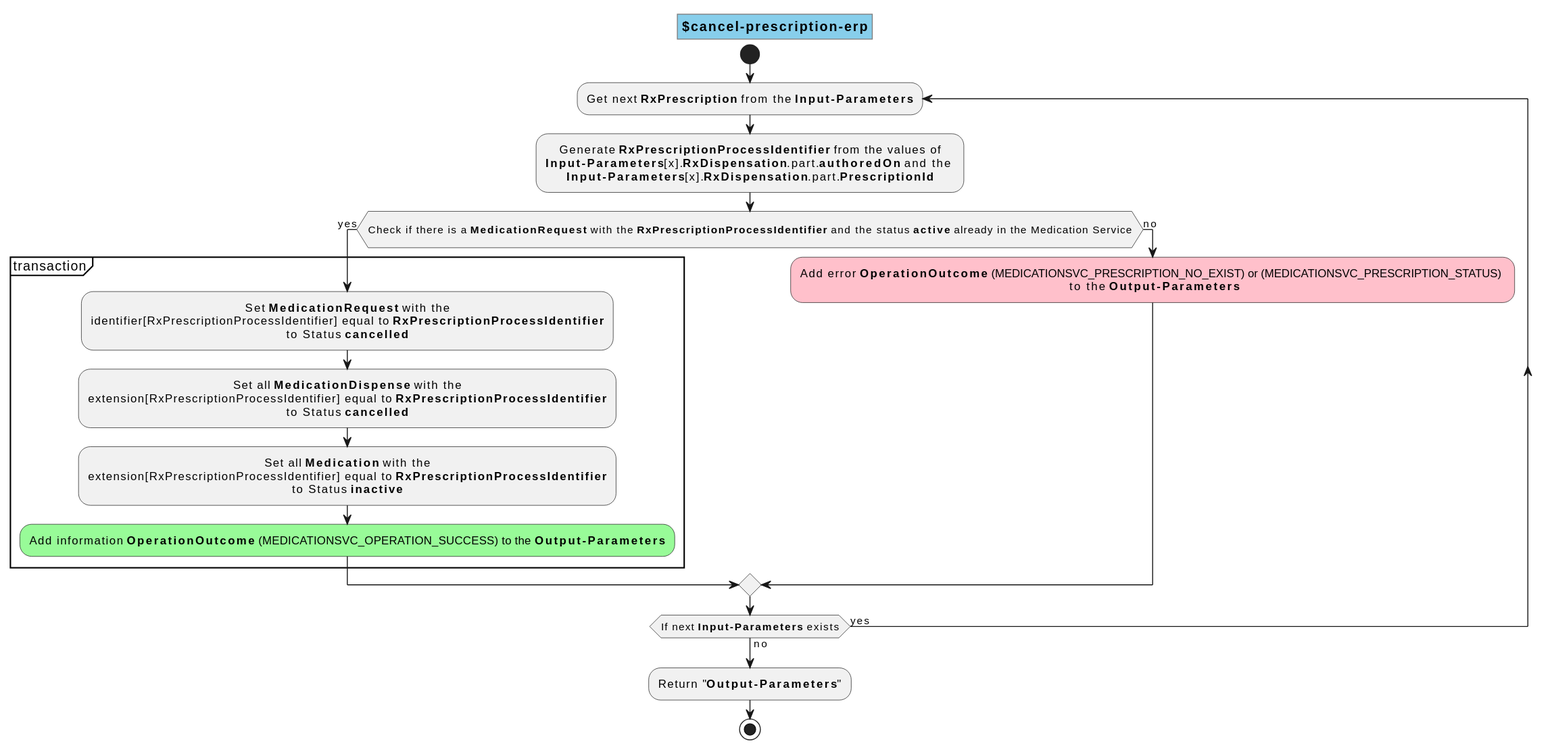
Above: images/plantuml/operation.cancel-prescription-erp.svg in gematik/ePA-Medication (PlantUML), before the change.
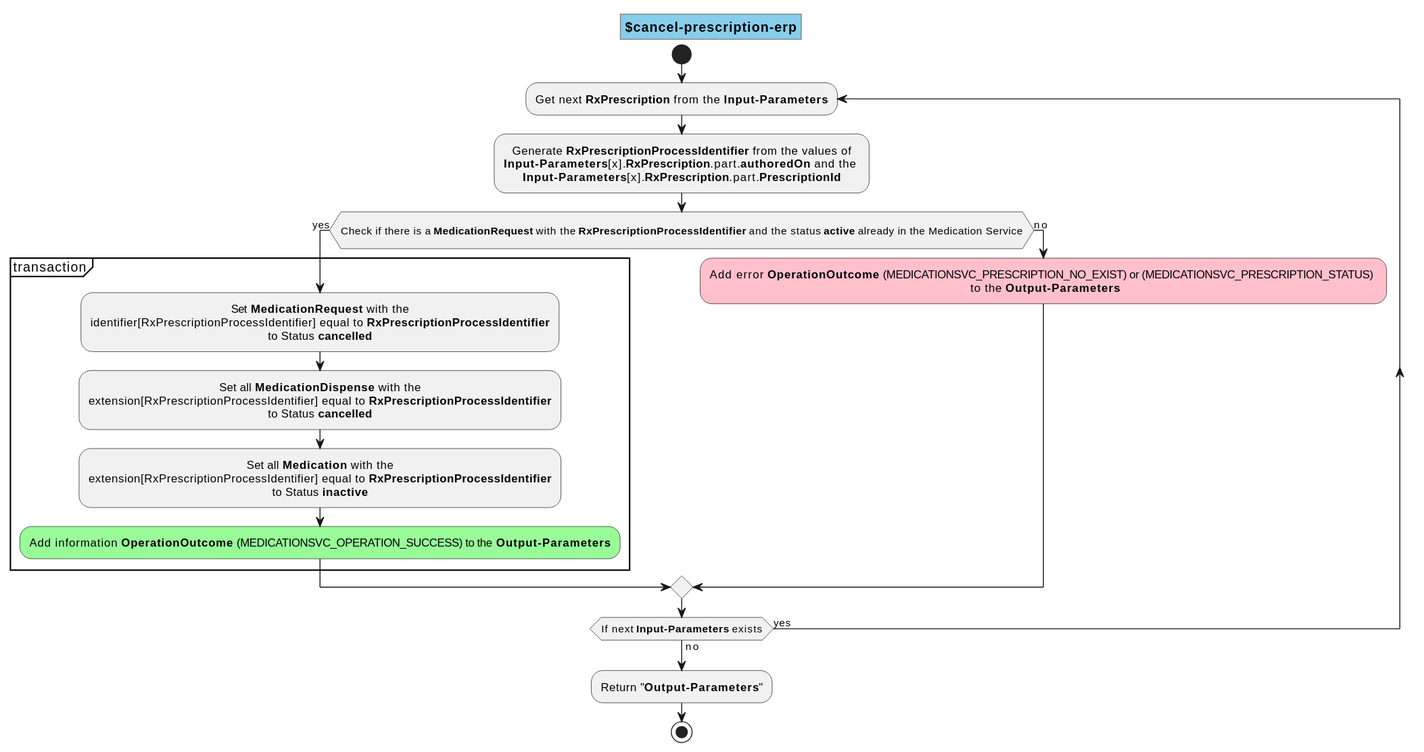
Later version of the same file.

Diff of the diagram source:
```diff
@@ -1,4 +1,4 @@
-@startuml operation.cancel-prescription-erp
+@startuml
 skinparam defaultTextAlignment center
 skinparam title {
   backgroundColor SkyBlue
@@ -11,8 +11,8 @@
   repeat:Get next <b>RxPrescription</b> from the <b>Input-Parameters</b>;
 
     :Generate <b>RxPrescriptionProcessIdentifier</b> from the values of
-    <b>Input-Parameters</b>[x].<b>RxDispensation</b>.part.<b>authoredOn</b> and the
-    <b>Input-Parameters</b>[x].<b>RxDispensation</b>.part.<b>PrescriptionId</b>;
+    <b>Input-Parameters</b>[x].<b>RxPrescription</b>.part.<b>authoredOn</b> and the
+    <b>Input-Parameters</b>[x].<b>RxPrescription</b>.part.<b>PrescriptionId</b>;
 
     if(\rCheck if there is a <b>MedicationRequest</b> with the <b>RxPrescriptionProcessIdentifier</b> and the status <b>active</b> already in the Medication Service\r) then (yes)
 
```
